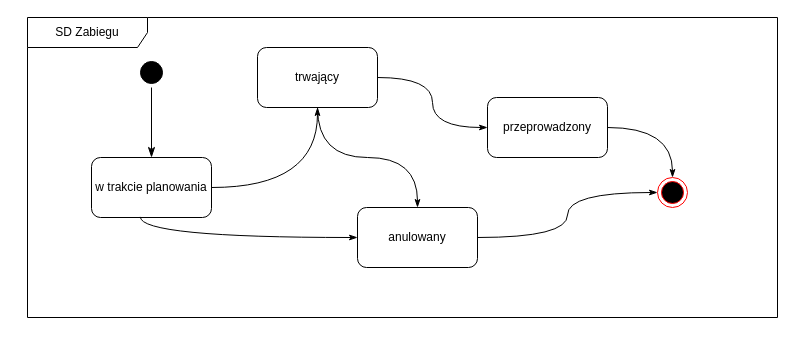
This is page "stanów" (5 of 6) of Szpital.drawio from AleksanderStaruch/HospitalUML, a draw.io file, before an edit. Source tidied: cells renumbered, new cells numbered last; positions are measured from the earlier drawing's top-left corner, leaving out a move shared by most shapes. Both pictures are drawn from the tidied source at 100%, with x=0, y=0 at pixel (27, 17).
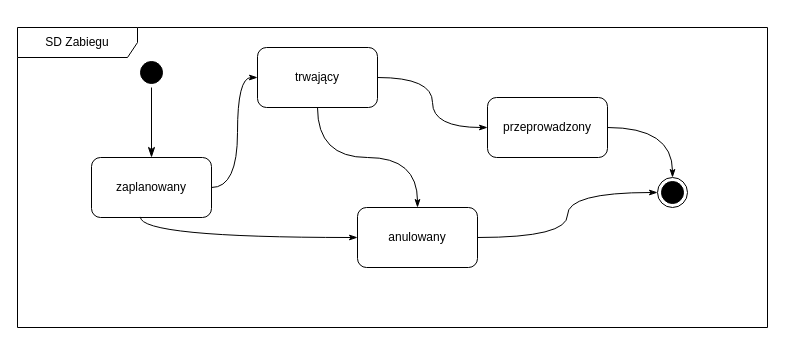
After the change.

The edit, as a diff of the source:
```diff
@@
 <mxGraphModel>
   <root>
     <mxCell id="0" />
     <mxCell id="1" parent="0" />
     <mxCell id="2" value="SD Zabiegu" style="shape=umlFrame;whiteSpace=wrap;html=1;strokeColor=#000000;fillColor=#FFFFFF;width=120;height=30;" parent="1" vertex="1">
-      <mxGeometry width="750" height="300" as="geometry" />
+      <mxGeometry x="-10" y="10" width="750" height="300" as="geometry" />
     </mxCell>
     <mxCell id="3" style="ellipse;html=1;shape=startState;fillColor=#000000;strokeColor=#000000;" parent="1" vertex="1">
       <mxGeometry x="109" y="40" width="30" height="30" as="geometry" />
     </mxCell>
     <mxCell id="4" style="edgeStyle=orthogonalEdgeStyle;html=1;verticalAlign=bottom;endArrow=classicThin;endSize=8;strokeColor=#000000;endFill=1;" parent="1" edge="1" source="3" target="6">
       <mxGeometry relative="1" as="geometry" />
     </mxCell>
     <mxCell id="5" style="edgeStyle=orthogonalEdgeStyle;curved=1;rounded=0;jettySize=auto;html=1;endArrow=classicThin;endFill=1;strokeColor=#000000;" parent="1" edge="1" source="6" target="9">
-      <mxGeometry relative="1" as="geometry" />
+      <mxGeometry relative="1" as="geometry">
+        <Array as="points">
+          <mxPoint x="210" y="170" />
+          <mxPoint x="210" y="60" />
+        </Array>
+      </mxGeometry>
     </mxCell>
-    <mxCell id="6" value="&lt;span style=&quot;text-align: left&quot;&gt;w trakcie&amp;nbsp;&lt;/span&gt;&lt;span style=&quot;text-align: left&quot;&gt;planowania&lt;/span&gt;" style="rounded=1;whiteSpace=wrap;html=1;strokeColor=#000000;fillColor=#FFFFFF;" parent="1" vertex="1">
+    <mxCell id="6" value="&lt;span style=&quot;text-align: left&quot;&gt;zaplanowany&lt;br&gt;&lt;/span&gt;" style="rounded=1;whiteSpace=wrap;html=1;strokeColor=#000000;fillColor=#FFFFFF;" parent="1" vertex="1">
       <mxGeometry x="64" y="140" width="120" height="60" as="geometry" />
     </mxCell>
     <mxCell id="7" style="edgeStyle=orthogonalEdgeStyle;curved=1;rounded=0;jettySize=auto;html=1;endArrow=classicThin;endFill=1;strokeColor=#000000;" parent="1" edge="1" source="9" target="12">
       <mxGeometry relative="1" as="geometry" />
     </mxCell>
     <mxCell id="8" style="edgeStyle=orthogonalEdgeStyle;curved=1;rounded=0;jettySize=auto;html=1;endArrow=classicThin;endFill=1;strokeColor=#000000;" parent="1" edge="1" source="9" target="14">
       <mxGeometry relative="1" as="geometry" />
     </mxCell>
     <mxCell id="9" value="&lt;span style=&quot;text-align: left&quot;&gt;trwający&lt;/span&gt;" style="rounded=1;whiteSpace=wrap;html=1;strokeColor=#000000;fillColor=#FFFFFF;" parent="1" vertex="1">
       <mxGeometry x="230" y="30" width="120" height="60" as="geometry" />
     </mxCell>
     <mxCell id="10" style="edgeStyle=orthogonalEdgeStyle;curved=1;rounded=0;jettySize=auto;html=1;endArrow=classicThin;endFill=1;strokeColor=#000000;exitX=0.407;exitY=0.99;exitDx=0;exitDy=0;exitPerimeter=0;" parent="1" edge="1" source="6" target="14">
       <mxGeometry relative="1" as="geometry" />
     </mxCell>
     <mxCell id="11" style="edgeStyle=orthogonalEdgeStyle;curved=1;rounded=0;jettySize=auto;html=1;endArrow=classicThin;endFill=1;strokeColor=#000000;" parent="1" edge="1" source="12" target="15">
       <mxGeometry relative="1" as="geometry" />
     </mxCell>
     <mxCell id="12" value="&lt;span style=&quot;text-align: left&quot;&gt;przeprowadzony&lt;br&gt;&lt;/span&gt;" style="rounded=1;whiteSpace=wrap;html=1;strokeColor=#000000;fillColor=#FFFFFF;" parent="1" vertex="1">
       <mxGeometry x="460" y="80" width="120" height="60" as="geometry" />
     </mxCell>
     <mxCell id="13" style="edgeStyle=orthogonalEdgeStyle;curved=1;rounded=0;jettySize=auto;html=1;endArrow=classicThin;endFill=1;strokeColor=#000000;" parent="1" edge="1" source="14" target="15">
       <mxGeometry relative="1" as="geometry" />
     </mxCell>
     <mxCell id="14" value="&lt;span style=&quot;text-align: left&quot;&gt;anulowany&lt;/span&gt;" style="rounded=1;whiteSpace=wrap;html=1;strokeColor=#000000;fillColor=#FFFFFF;" parent="1" vertex="1">
       <mxGeometry x="330" y="190" width="120" height="60" as="geometry" />
     </mxCell>
-    <mxCell id="15" style="ellipse;html=1;shape=endState;fillColor=#000000;strokeColor=#ff0000;" parent="1" vertex="1">
+    <mxCell id="15" style="ellipse;html=1;shape=endState;fillColor=#000000;strokeColor=#000000;" parent="1" vertex="1">
       <mxGeometry x="630" y="160" width="30" height="30" as="geometry" />
     </mxCell>
   </root>
 </mxGraphModel>
```
